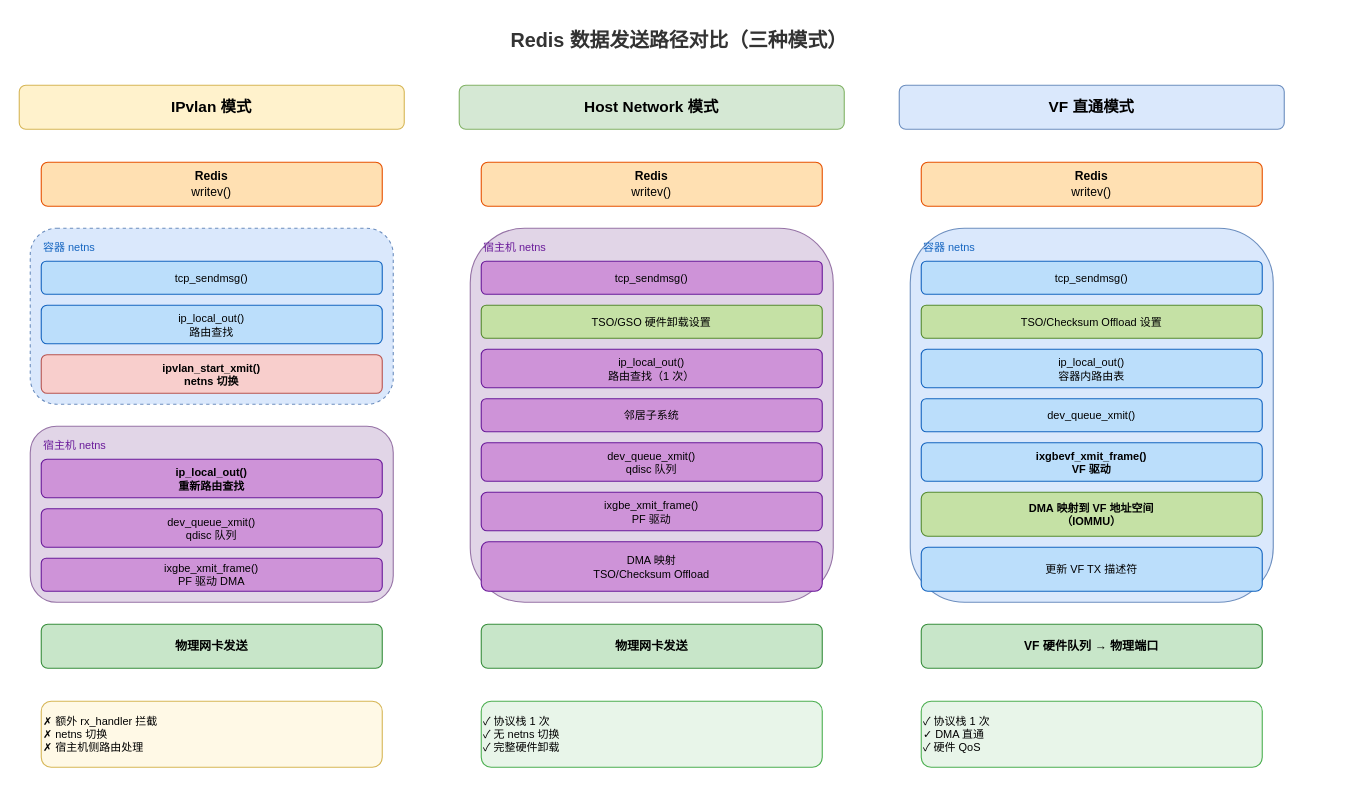
Before: diagrams/redis/redis_tx_comparison.drawio in fsqHub/docker-sriov-plugin, a draw.io diagram. Source tidied: cells renumbered, new cells numbered last; positions are measured from the earlier drawing's top-left corner, leaving out a move shared by most shapes. Both pictures are drawn from the tidied source at 110%, with x=0, y=0 at pixel (19, 19).
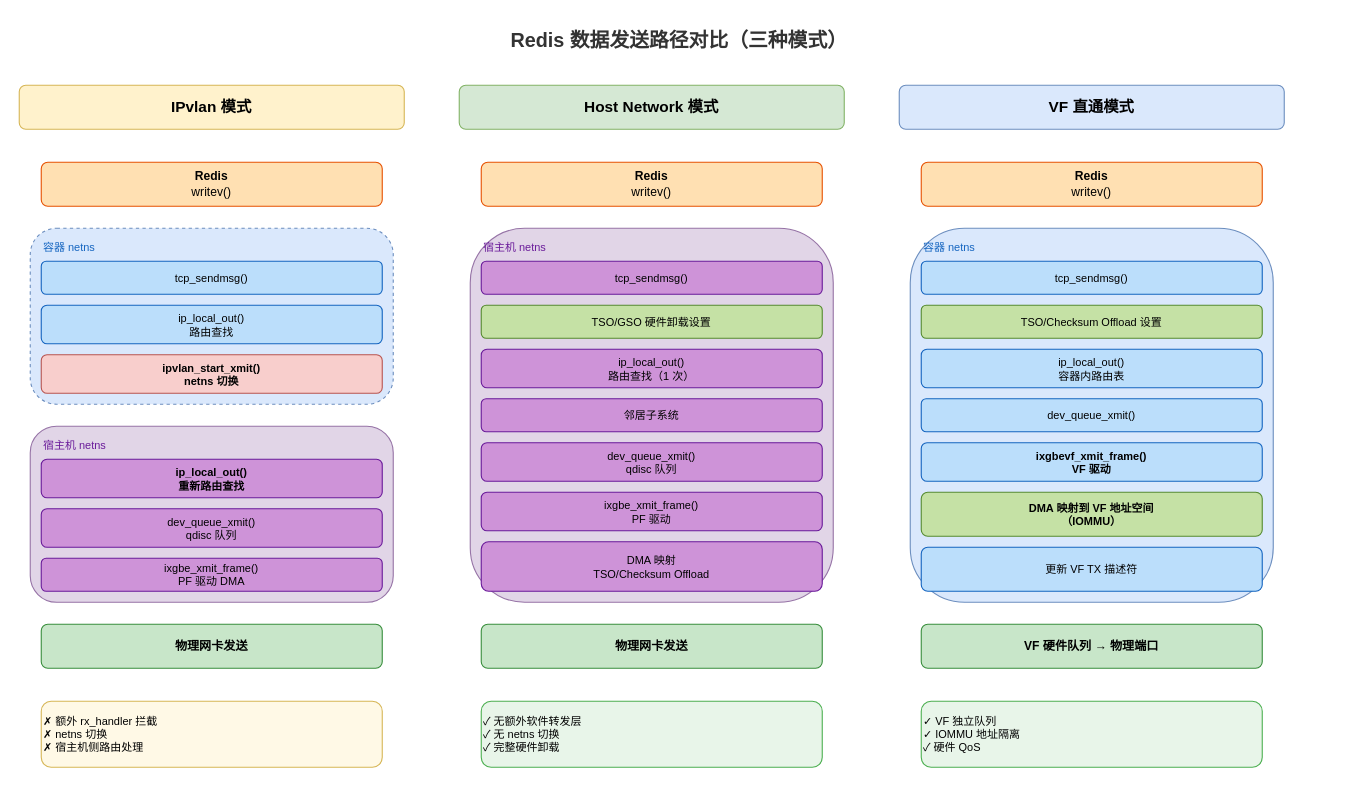
Above is the later version.

What changed in the source:
```diff
@@
-    <mxCell id="41" value="✓ 协议栈 1 次&#10;✓ 无 netns 切换&#10;✓ 完整硬件卸载" style="rounded=1;whiteSpace=wrap;html=1;fillColor=#e8f5e9;strokeColor=#4caf50;fontSize=10;align=left;" parent="1" vertex="1">
+    <mxCell id="41" value="✓ 无额外软件转发层&#10;✓ 无 netns 切换&#10;✓ 完整硬件卸载" style="rounded=1;whiteSpace=wrap;html=1;fillColor=#e8f5e9;strokeColor=#4caf50;fontSize=10;align=left;" parent="1" vertex="1">
       <mxGeometry x="420" y="620" width="310" height="60" as="geometry" />
     </mxCell>
-    <mxCell id="42" value="✓ 协议栈 1 次&#10;✓ DMA 直通&#10;✓ 硬件 QoS" style="rounded=1;whiteSpace=wrap;html=1;fillColor=#e8f5e9;strokeColor=#4caf50;fontSize=10;align=left;" parent="1" vertex="1">
+    <mxCell id="42" value="✓ VF 独立队列&#10;✓ IOMMU 地址隔离&#10;✓ 硬件 QoS" style="rounded=1;whiteSpace=wrap;html=1;fillColor=#e8f5e9;strokeColor=#4caf50;fontSize=10;align=left;" parent="1" vertex="1">
       <mxGeometry x="820" y="620" width="310" height="60" as="geometry" />
     </mxCell>
```
